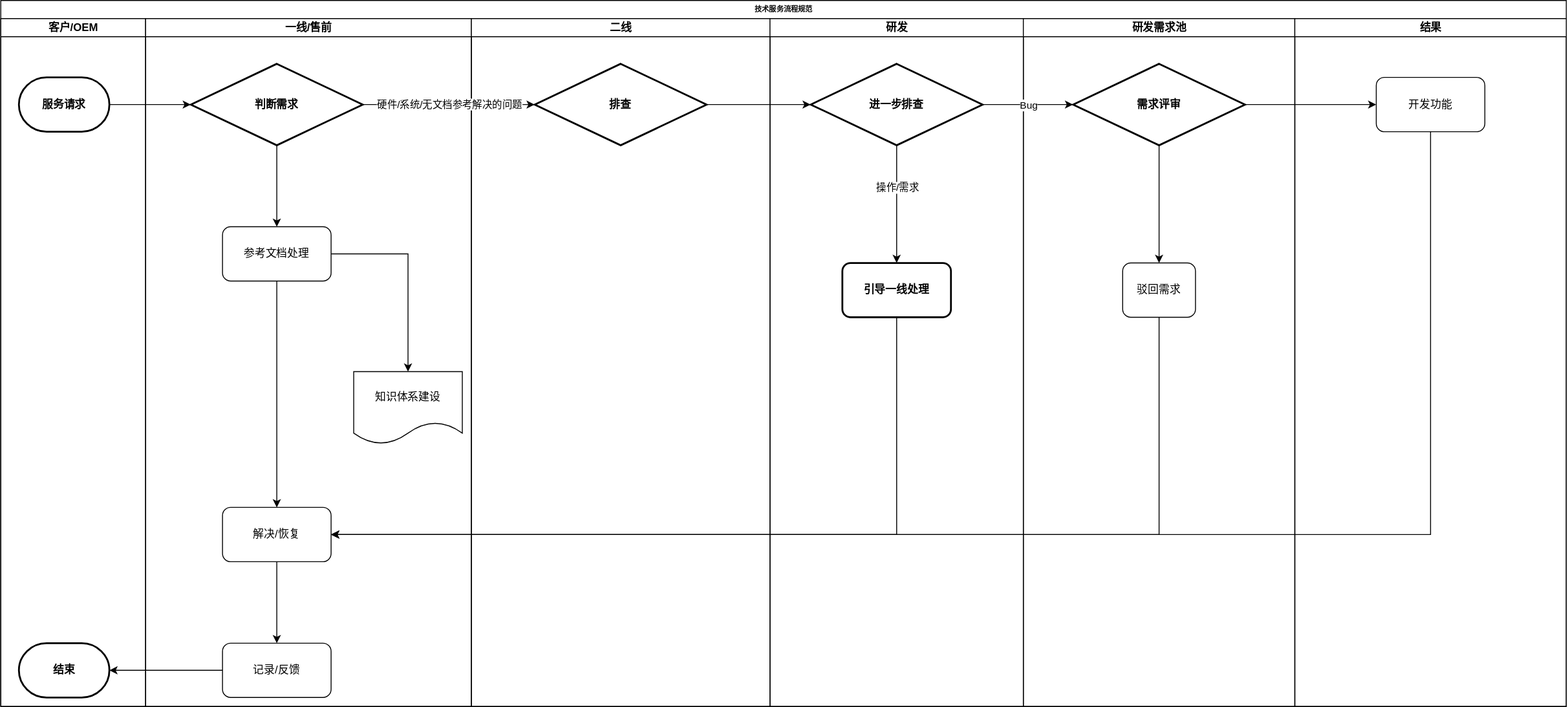
This is 流程规范及制度.drawio.svg from lawesen/lcgfzd, a draw.io export, as it was before one commit. Source tidied: cells renumbered, new cells last; positions are measured from the earlier drawing's top-left corner, leaving out a move shared by most shapes.
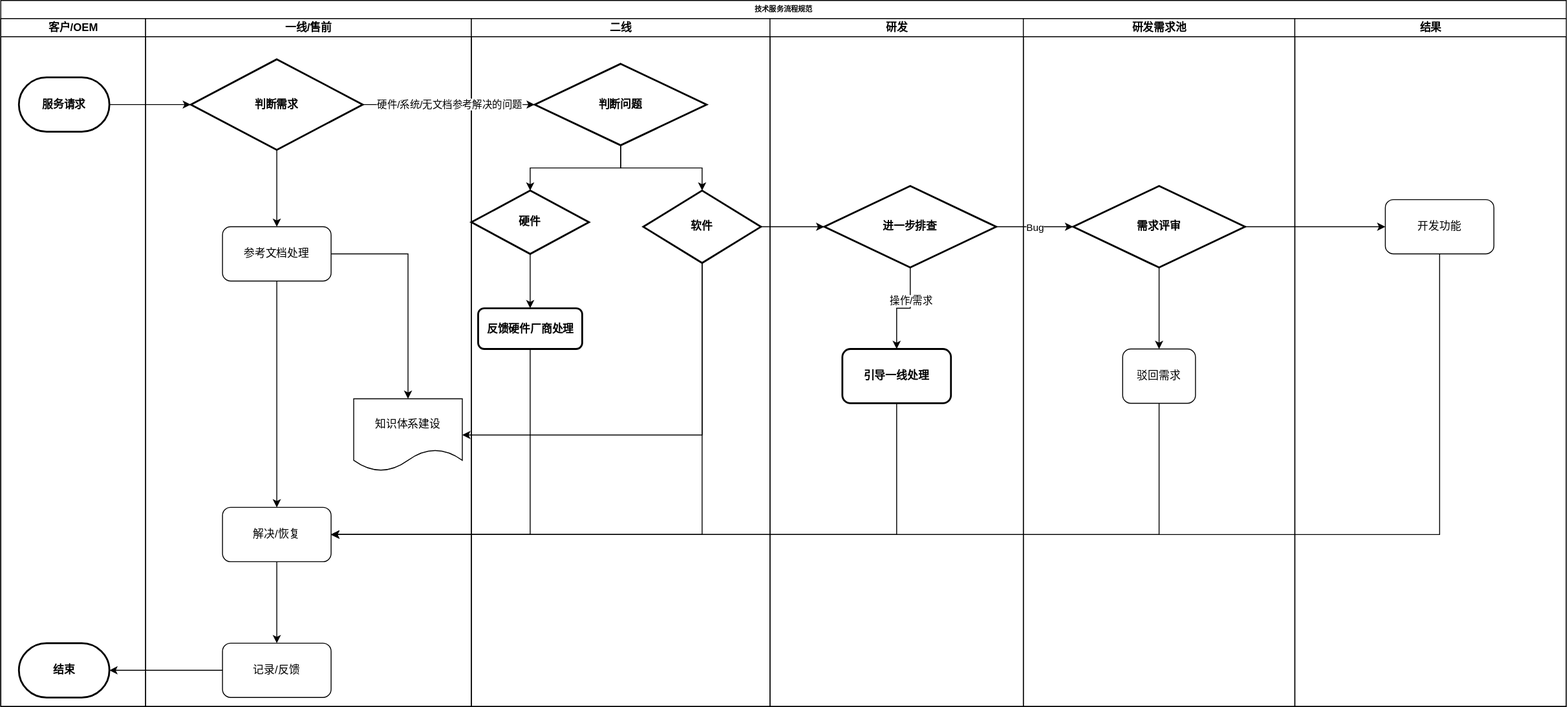
The same file after the commit.

Commit message:
更新流程规范及制度.drawio.svg

Change to the diagram source:
```diff
@@ -39,17 +39,35 @@
       <mxGeometry relative="1" as="geometry" />
     </mxCell>
     <mxCell id="14" value="判断需求" style="rhombus;whiteSpace=wrap;html=1;strokeWidth=2;fontStyle=1;" parent="6" vertex="1">
-      <mxGeometry x="50" y="50" width="190" height="90" as="geometry" />
+      <mxGeometry x="50" y="45" width="190" height="100" as="geometry" />
     </mxCell>
     <mxCell id="15" value="知识体系建设" style="shape=document;whiteSpace=wrap;html=1;boundedLbl=1;rounded=1;" parent="6" vertex="1">
-      <mxGeometry x="230" y="390" width="120" height="80" as="geometry" />
+      <mxGeometry x="230" y="420" width="120" height="80" as="geometry" />
     </mxCell>
     <mxCell id="16" value="二线" style="swimlane;html=1;startSize=20;" parent="2" vertex="1">
       <mxGeometry x="520" y="20" width="330" height="760" as="geometry" />
     </mxCell>
+    <mxCell id="40" style="edgeStyle=orthogonalEdgeStyle;rounded=0;jettySize=auto;html=1;" parent="16" edge="1" source="17" target="42">
+      <mxGeometry relative="1" as="geometry" />
+    </mxCell>
-    <mxCell id="17" value="排查" style="rhombus;whiteSpace=wrap;html=1;strokeWidth=2;fontStyle=1;" parent="16" vertex="1">
+    <mxCell id="17" value="判断问题" style="rhombus;whiteSpace=wrap;html=1;strokeWidth=2;fontStyle=1;" parent="16" vertex="1">
       <mxGeometry x="70" y="50" width="190" height="90" as="geometry" />
     </mxCell>
+    <mxCell id="41" style="edgeStyle=orthogonalEdgeStyle;rounded=0;jettySize=auto;html=1;" parent="16" edge="1" source="42" target="45">
+      <mxGeometry relative="1" as="geometry" />
+    </mxCell>
+    <mxCell id="42" value="硬件" style="rhombus;whiteSpace=wrap;html=1;strokeWidth=2;fontStyle=1;" parent="16" vertex="1">
+      <mxGeometry y="190" width="130" height="70" as="geometry" />
+    </mxCell>
+    <mxCell id="43" value="软件" style="rhombus;whiteSpace=wrap;html=1;strokeWidth=2;fontStyle=1;" parent="16" vertex="1">
+      <mxGeometry x="190" y="190" width="130" height="80" as="geometry" />
+    </mxCell>
+    <mxCell id="44" style="edgeStyle=orthogonalEdgeStyle;rounded=0;jettySize=auto;html=1;" parent="16" edge="1" source="17" target="43">
+      <mxGeometry relative="1" as="geometry" />
+    </mxCell>
+    <mxCell id="45" value="反馈硬件厂商处理" style="rounded=1;whiteSpace=wrap;html=1;strokeWidth=2;fontStyle=1;" parent="16" vertex="1">
+      <mxGeometry x="7.5" y="320" width="115" height="45" as="geometry" />
+    </mxCell>
     <mxCell id="18" style="edgeStyle=orthogonalEdgeStyle;rounded=0;jettySize=auto;html=1;exitX=0.5;exitY=1;exitDx=0;exitDy=0;entryX=1;entryY=0.5;entryDx=0;entryDy=0;" parent="2" edge="1" source="26" target="11">
       <mxGeometry relative="1" as="geometry" />
     </mxCell>
@@ -68,22 +86,22 @@
       </mxGeometry>
     </mxCell>
     <mxCell id="23" value="进一步排查" style="rhombus;whiteSpace=wrap;html=1;strokeWidth=2;fontStyle=1;" parent="20" vertex="1">
-      <mxGeometry x="45" y="50" width="190" height="90" as="geometry" />
+      <mxGeometry x="60" y="185" width="190" height="90" as="geometry" />
     </mxCell>
     <mxCell id="24" value="引导一线处理" style="rounded=1;whiteSpace=wrap;html=1;strokeWidth=2;fontStyle=1;" parent="20" vertex="1">
-      <mxGeometry x="80" y="270" width="120" height="60" as="geometry" />
+      <mxGeometry x="80" y="365" width="120" height="60" as="geometry" />
     </mxCell>
     <mxCell id="25" value="研发需求池" style="swimlane;html=1;startSize=20;" parent="19" vertex="1">
       <mxGeometry x="280" width="300" height="760" as="geometry" />
     </mxCell>
     <mxCell id="26" value="驳回需求" style="whiteSpace=wrap;html=1;rounded=1;" parent="25" vertex="1">
-      <mxGeometry x="109.8" y="270" width="80.5" height="60" as="geometry" />
+      <mxGeometry x="109.8" y="365" width="80.5" height="60" as="geometry" />
     </mxCell>
     <mxCell id="27" style="edgeStyle=orthogonalEdgeStyle;rounded=0;jettySize=auto;html=1;exitX=0.5;exitY=1;exitDx=0;exitDy=0;" parent="25" edge="1" source="28" target="26">
       <mxGeometry relative="1" as="geometry" />
     </mxCell>
     <mxCell id="28" value="需求评审" style="rhombus;whiteSpace=wrap;html=1;strokeWidth=2;fontStyle=1;" parent="25" vertex="1">
-      <mxGeometry x="55" y="50" width="190" height="90" as="geometry" />
+      <mxGeometry x="55" y="185" width="190" height="90" as="geometry" />
     </mxCell>
     <mxCell id="29" style="edgeStyle=orthogonalEdgeStyle;rounded=0;jettySize=auto;html=1;exitX=1;exitY=0.5;exitDx=0;exitDy=0;entryX=0;entryY=0.5;entryDx=0;entryDy=0;" parent="19" edge="1" source="23" target="28">
       <mxGeometry relative="1" as="geometry" />
@@ -103,7 +121,7 @@
       <mxGeometry x="1430" y="20" width="300" height="760" as="geometry" />
     </mxCell>
     <mxCell id="34" value="开发功能" style="whiteSpace=wrap;html=1;rounded=1;" parent="33" vertex="1">
-      <mxGeometry x="90" y="65" width="120" height="60" as="geometry" />
+      <mxGeometry x="100" y="200" width="120" height="60" as="geometry" />
     </mxCell>
     <mxCell id="35" style="edgeStyle=orthogonalEdgeStyle;rounded=0;jettySize=auto;html=1;" parent="2" edge="1" source="4" target="14">
       <mxGeometry relative="1" as="geometry" />
@@ -117,8 +135,17 @@
     <mxCell id="38" style="edgeStyle=orthogonalEdgeStyle;rounded=0;jettySize=auto;html=1;exitX=0.5;exitY=1;exitDx=0;exitDy=0;entryX=1;entryY=0.5;entryDx=0;entryDy=0;" parent="2" edge="1" source="24" target="11">
       <mxGeometry relative="1" as="geometry" />
     </mxCell>
-    <mxCell id="39" style="edgeStyle=orthogonalEdgeStyle;rounded=0;jettySize=auto;html=1;exitX=1;exitY=0.5;exitDx=0;exitDy=0;entryX=0;entryY=0.5;entryDx=0;entryDy=0;" parent="2" edge="1" source="17" target="23">
-      <mxGeometry relative="1" as="geometry" />
-    </mxCell>
+    <mxCell id="46" style="edgeStyle=orthogonalEdgeStyle;rounded=0;jettySize=auto;html=1;exitX=1;exitY=0.5;exitDx=0;exitDy=0;entryX=0;entryY=0.5;entryDx=0;entryDy=0;" parent="2" edge="1" source="43" target="23">
+      <mxGeometry relative="1" as="geometry" />
+    </mxCell>
+    <mxCell id="47" style="edgeStyle=orthogonalEdgeStyle;rounded=0;jettySize=auto;html=1;exitX=0.5;exitY=1;exitDx=0;exitDy=0;entryX=1;entryY=0.5;entryDx=0;entryDy=0;" parent="2" edge="1" source="45" target="11">
+      <mxGeometry relative="1" as="geometry" />
+    </mxCell>
+    <mxCell id="48" style="edgeStyle=orthogonalEdgeStyle;rounded=0;jettySize=auto;html=1;exitX=0.5;exitY=1;exitDx=0;exitDy=0;entryX=1;entryY=0.5;entryDx=0;entryDy=0;" parent="2" edge="1" source="43" target="11">
+      <mxGeometry relative="1" as="geometry" />
+    </mxCell>
+    <mxCell id="49" style="edgeStyle=orthogonalEdgeStyle;rounded=0;jettySize=auto;html=1;exitX=0.5;exitY=1;exitDx=0;exitDy=0;entryX=1;entryY=0.5;entryDx=0;entryDy=0;" parent="2" edge="1" source="43" target="15">
+      <mxGeometry relative="1" as="geometry" />
+    </mxCell>
   </root>
 </mxGraphModel>
```
